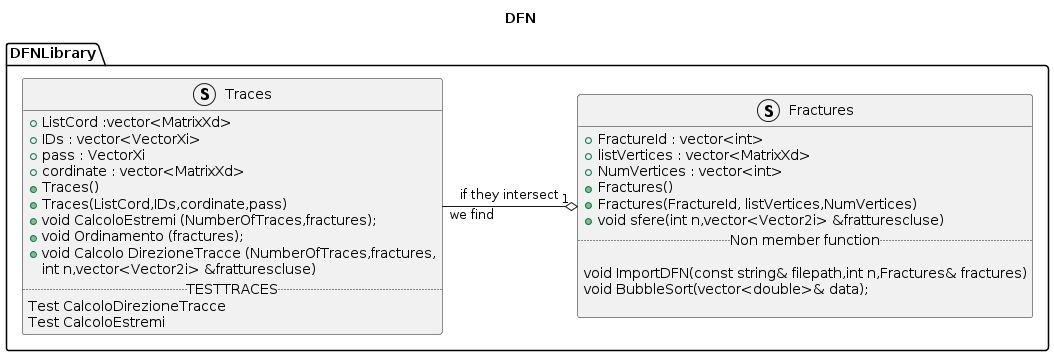
The PlantUML diagram Project/Documentazione/plant_uml.png in DanieleSemeraro/PROGETTO_PCS_2024, before a commit. Its diagram source:
```plantuml
@startuml


title DFN

package DFNLibrary <<Folder>>
{

struct Fractures{
+ FractureId : vector<int>
+ listVertices : vector<MatrixXd>
+NumVertices : vector<int>
+ Fractures()
+ Fractures(FractureId, listVertices,NumVertices)
+ void sfere(int n,vector<Vector2i> &fratturescluse)
.. Non member function ..

void ImportDFN(const string& filepath,int n,Fractures& fractures)
void BubbleSort(vector<double>& data);

}


struct Traces{
+ ListCord :vector<MatrixXd>
+ IDs : vector<VectorXi>
+pass : VectorXi
+cordinate : vector<MatrixXd>
+Traces()
+Traces(ListCord,IDs,cordinate,pass)
+void CalcoloEstremi (NumberOfTraces,fractures);
+ void Ordinamento (fractures);
+void Calcolo DirezioneTracce (NumberOfTraces,fractures,
                            int n,vector<Vector2i> &fratturescluse)
.. TESTTRACES ..
Test CalcoloDirezioneTracce
Test CalcoloEstremi
}

Fractures "1" o-left- "we find" Traces : if they intersect

}
@enduml
```
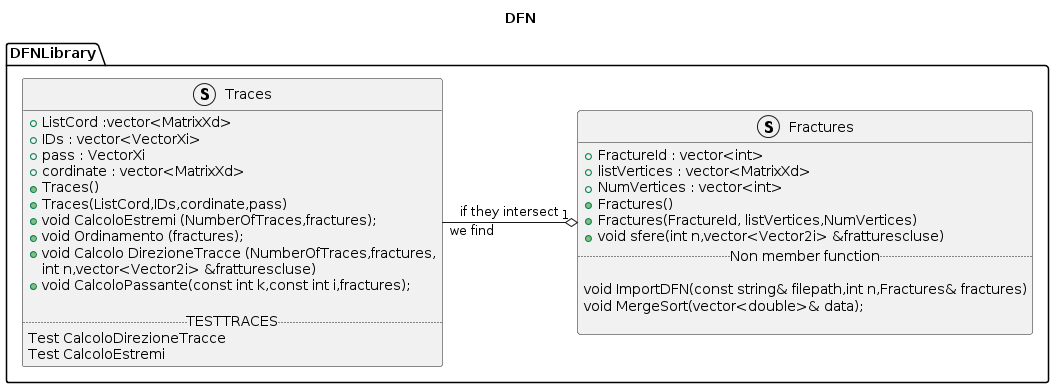
After the change.

Commit message:
aggiornato plant uml

What changed in the source:
```diff
@@ -16,7 +16,7 @@
 .. Non member function ..
 
 void ImportDFN(const string& filepath,int n,Fractures& fractures)
-void BubbleSort(vector<double>& data);
+void MergeSort(vector<double>& data);
 
 }
 
@@ -32,6 +32,8 @@
 + void Ordinamento (fractures);
 +void Calcolo DirezioneTracce (NumberOfTraces,fractures,
                             int n,vector<Vector2i> &fratturescluse)
++void CalcoloPassante(const int k,const int i,fractures);
+
 .. TESTTRACES ..
 Test CalcoloDirezioneTracce
 Test CalcoloEstremi
```
